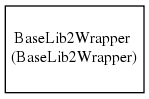
aneto0/Fast-Control-Falcon keeps this Graphviz diagram as Documentation/Images/FalconFastControlObjects_2.png. Above is the earlier version. Its source is kept beside it as Documentation/Images/FalconFastControlObjects_2.gv.
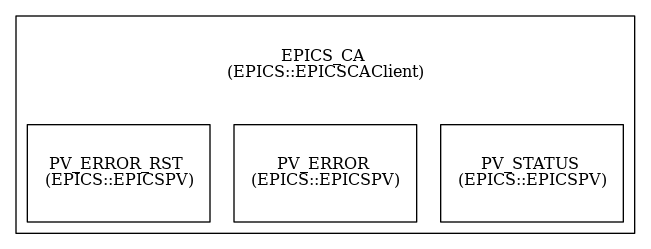
The same diagram one commit later.

Diff of the diagram source:
```diff
@@ -1,4 +1,9 @@
 digraph G {
 bgcolor=white
-BaseLib2Wrapper [margin=0, shape=record, style=filled, fillcolor=white, color=black,label=<<TABLE border="0" cellborder="0"><TR><TD width="60" height="60"><font point-size="12">BaseLib2Wrapper <BR/>(BaseLib2Wrapper)</font></TD></TR></TABLE>>]
+subgraph cluster_EPICS_CA {
+label=<<TABLE border="0" cellborder="0"><TR><TD width="60" height="60"><font point-size="12">EPICS_CA <BR/>(EPICS::EPICSCAClient)</font></TD></TR></TABLE>>
+EPICS_CAPV_STATUS [shape=record, style=filled, fillcolor=white, color=black,label=<<TABLE border="0" cellborder="0"><TR><TD width="60" height="60"><font point-size="12">PV_STATUS <BR/>(EPICS::EPICSPV)</font></TD></TR></TABLE>>]
+EPICS_CAPV_ERROR [shape=record, style=filled, fillcolor=white, color=black,label=<<TABLE border="0" cellborder="0"><TR><TD width="60" height="60"><font point-size="12">PV_ERROR <BR/>(EPICS::EPICSPV)</font></TD></TR></TABLE>>]
+EPICS_CAPV_ERROR_RST [shape=record, style=filled, fillcolor=white, color=black,label=<<TABLE border="0" cellborder="0"><TR><TD width="60" height="60"><font point-size="12">PV_ERROR_RST <BR/>(EPICS::EPICSPV)</font></TD></TR></TABLE>>]
 }
+}
```
